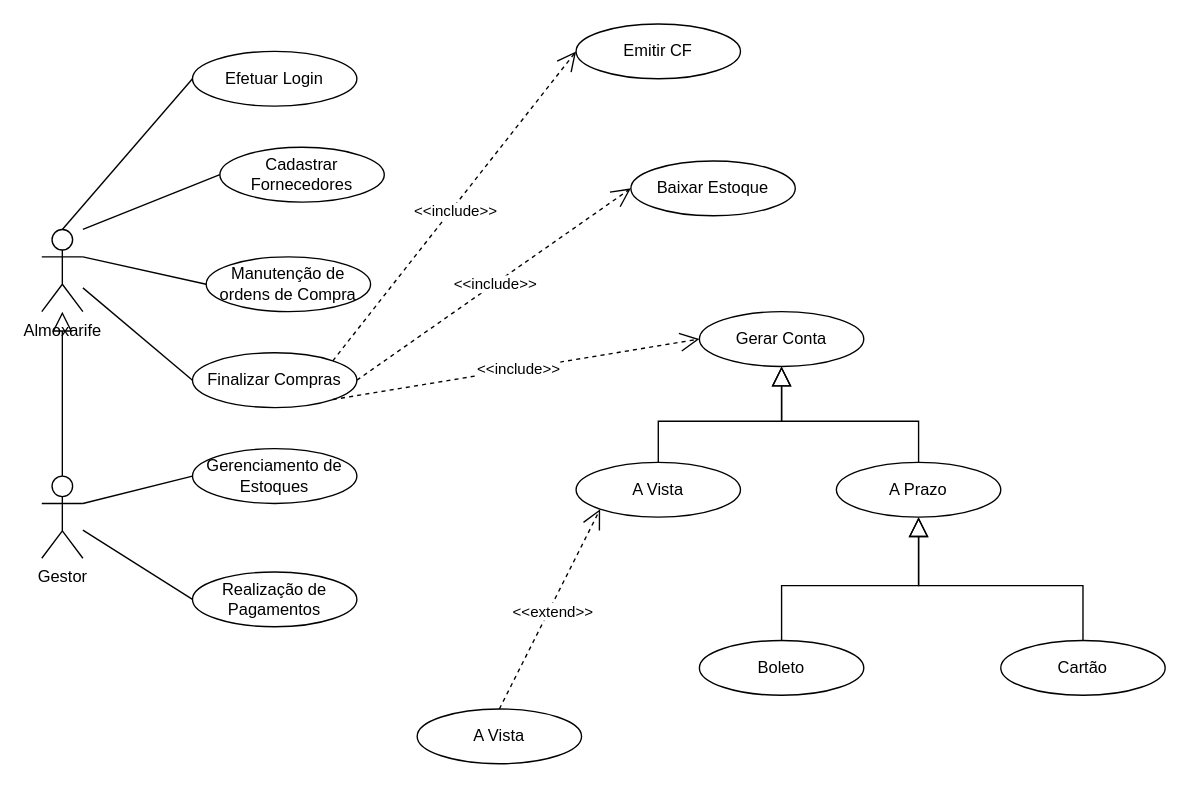
Before: atvENG.drawio in Wesley-dSA/ENGSOFT, a draw.io diagram. Source tidied: cells renumbered, new cells numbered last; positions are measured from the earlier drawing's top-left corner, leaving out a move shared by most shapes. Both pictures are drawn from the tidied source at 137%, with x=0, y=0 at pixel (41, 23).
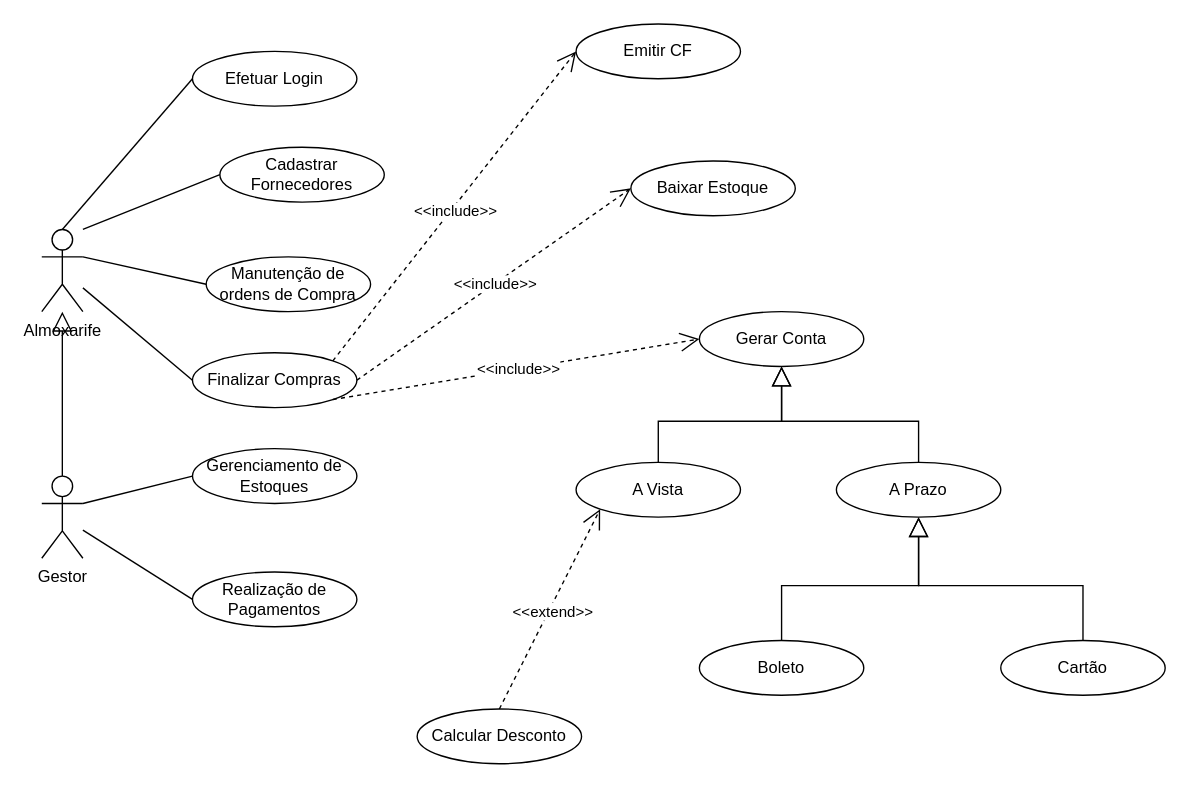
Above is the later version.

What changed in the source:
```diff
@@
-    <mxCell id="31" value="A Vista" style="ellipse;whiteSpace=wrap;html=1;" parent="1" vertex="1">
+    <mxCell id="31" value="Calcular Desconto" style="ellipse;whiteSpace=wrap;html=1;" parent="1" vertex="1">
       <mxGeometry x="274" y="500" width="120" height="40" as="geometry" />
     </mxCell>
```
